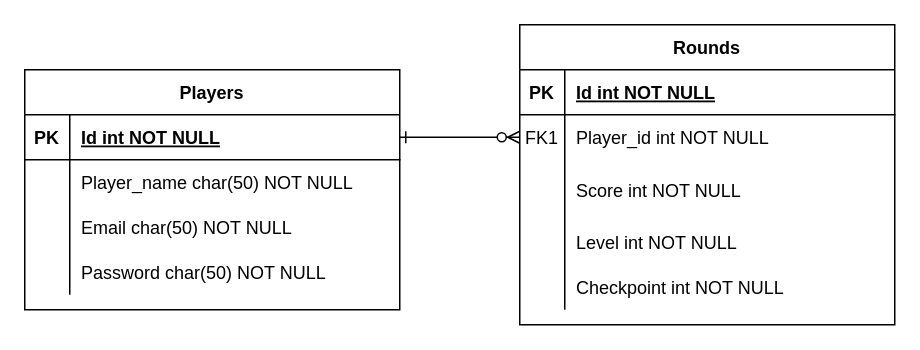
Before: docs/ERD.drawio in mphbo/the-greg-and-larry-show-api, a draw.io diagram. Source tidied: cells renumbered, new cells numbered last; positions are measured from the earlier drawing's top-left corner, leaving out a move shared by most shapes. Both pictures are drawn from the tidied source at 150%, with x=0, y=0 at pixel (24, 24).
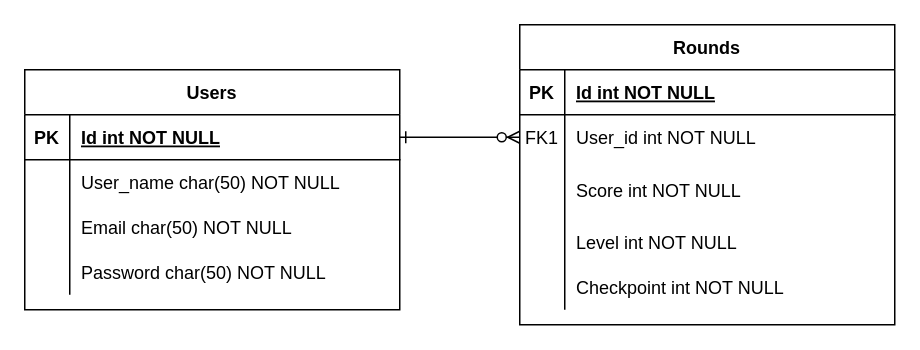
The same diagram, later.

The change refers to these unchanged cells:
```xml
<mxCell id="7" style="shape=partialRectangle;fillColor=none;points=[[0,0.5],[1,0.5]];portConstraint=eastwest;top=0;left=0;right=0;bottom=0;" parent="3" vertex="1">
  <mxGeometry y="60" width="250" height="30" as="geometry" />
</mxCell>
<mxCell id="23" style="shape=partialRectangle;fillColor=none;top=0;left=0;right=0;bottom=0;" parent="19" vertex="1">
  <mxGeometry y="60" width="250" height="30" as="geometry" />
</mxCell>
```

What changed in the source:
```diff
@@
-    <mxCell id="9" value="Player_id int NOT NULL" style="shape=partialRectangle;overflow=hidden;fillColor=none;top=0;left=0;bottom=0;right=0;align=left;spacingLeft=6;" parent="7" vertex="1">
+    <mxCell id="9" value="User_id int NOT NULL" style="shape=partialRectangle;overflow=hidden;fillColor=none;top=0;left=0;bottom=0;right=0;align=left;spacingLeft=6;" parent="7" vertex="1">
       <mxGeometry x="30" width="220" height="30" as="geometry" />
     </mxCell>
@@
-    <mxCell id="19" value="Players" style="shape=table;startSize=30;childLayout=tableLayout;rowLines=0;fontStyle=1;align=center;" parent="1" vertex="1">
+    <mxCell id="19" value="Users" style="shape=table;startSize=30;childLayout=tableLayout;rowLines=0;fontStyle=1;align=center;" parent="1" vertex="1">
       <mxGeometry y="30" width="250" height="160" as="geometry" />
     </mxCell>
@@
-    <mxCell id="25" value="Player_name char(50) NOT NULL" style="shape=partialRectangle;overflow=hidden;fillColor=none;top=0;left=0;bottom=0;right=0;align=left;spacingLeft=6;" parent="23" vertex="1">
+    <mxCell id="25" value="User_name char(50) NOT NULL" style="shape=partialRectangle;overflow=hidden;fillColor=none;top=0;left=0;bottom=0;right=0;align=left;spacingLeft=6;" parent="23" vertex="1">
       <mxGeometry x="30" width="220" height="30" as="geometry" />
     </mxCell>
```
